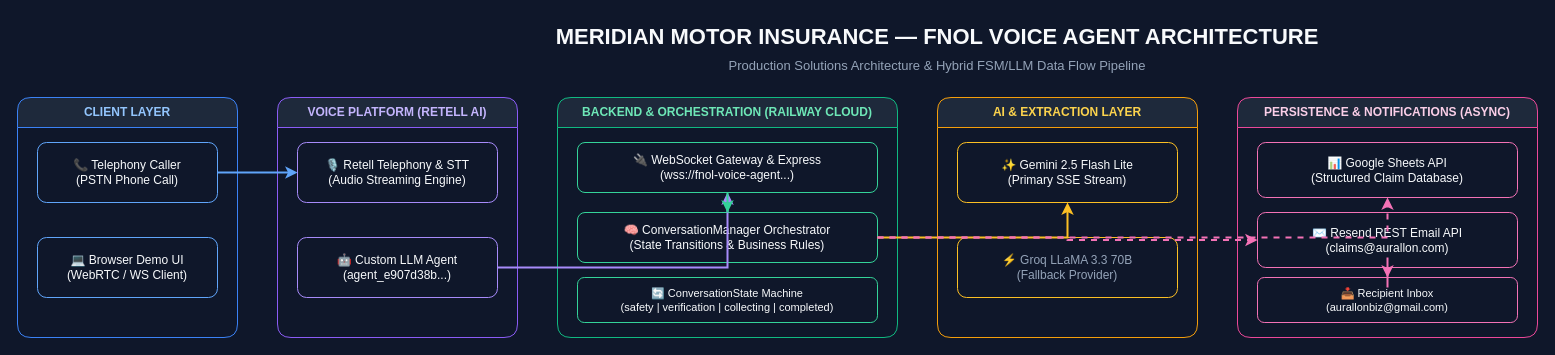
Earlier version of the draw.io diagram Architecture.drawio (Bestgamer2853/fnol-voice-agent). Source tidied: cells renumbered, new cells numbered last; positions are measured from the earlier drawing's top-left corner, leaving out a move shared by most shapes. Both pictures are drawn from the tidied source at 100%, with x=0, y=0 at pixel (17, 17).
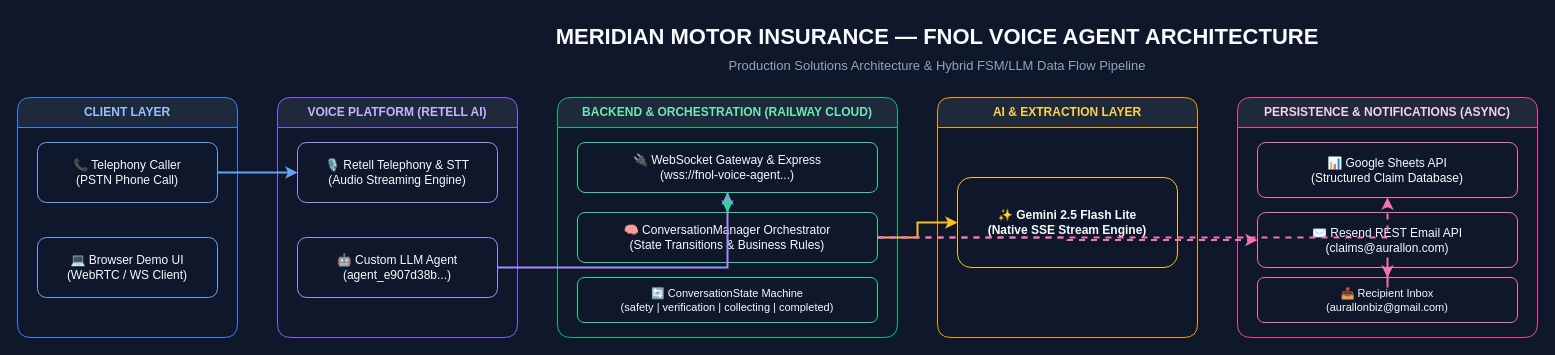
The same diagram, later.

Commit message (it also covers changes not shown here):
docs: update architecture diagrams and specification to reflect Gemini 2.5 Flash Lite primary engine (remove Groq fallback)

Unchanged cells that the change refers to:
```xml
<mxCell id="14" value="AI &amp; EXTRACTION LAYER" style="swimlane;whiteSpace=wrap;html=1;fillColor=#1e293b;strokeColor=#f59e0b;fontColor=#fcd34d;fontStyle=1;startSize=30;rounded=1;" parent="1" vertex="1">
  <mxGeometry x="920" y="80" width="260" height="240" as="geometry" />
</mxCell>
```

Diff of the diagram source:
```diff
@@
-    <mxCell id="15" value="✨ Gemini 2.5 Flash Lite&#10;(Primary SSE Stream)" style="rounded=1;whiteSpace=wrap;html=1;fillColor=#0f172a;strokeColor=#fbbf24;fontColor=#f8fafc;fontSize=12;" parent="14" vertex="1">
-      <mxGeometry x="20" y="45" width="220" height="60" as="geometry" />
+    <mxCell id="15" value="✨ Gemini 2.5 Flash Lite&#10;(Native SSE Stream Engine)" style="rounded=1;whiteSpace=wrap;html=1;fillColor=#0f172a;strokeColor=#fbbf24;fontColor=#f8fafc;fontSize=12;fontStyle=1;" parent="14" vertex="1">
+      <mxGeometry x="20" y="80" width="220" height="90" as="geometry" />
     </mxCell>
-    <mxCell id="16" value="⚡ Groq LLaMA 3.3 70B&#10;(Fallback Provider)" style="rounded=1;whiteSpace=wrap;html=1;fillColor=#0f172a;strokeColor=#fbbf24;fontColor=#94a3b8;fontSize=12;" parent="14" vertex="1">
-      <mxGeometry x="20" y="140" width="220" height="60" as="geometry" />
-    </mxCell>
```
